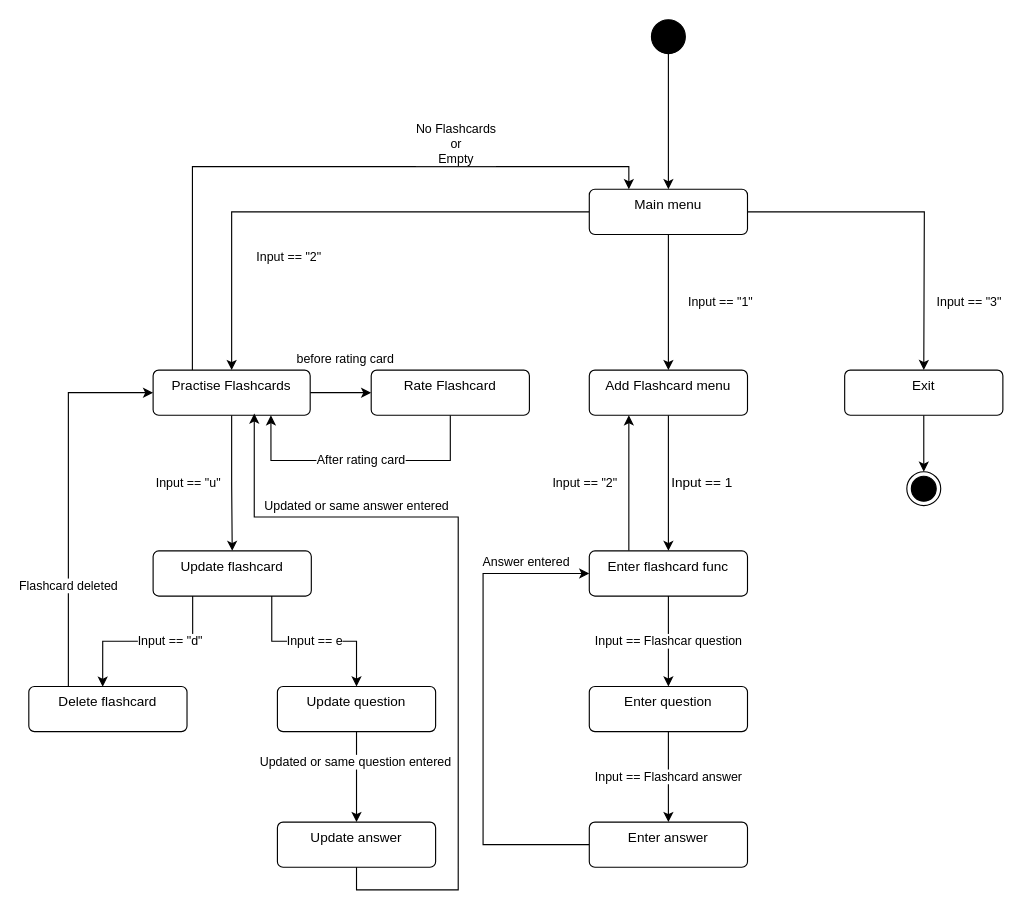
This is Statemachine graph/Flashcards_statemachine.drawio from LionOfTheCode/Memorization-Tool, a draw.io file, before an edit. Source tidied: cells renumbered, new cells numbered last; positions are measured from the earlier drawing's top-left corner, leaving out a move shared by most shapes. Both pictures are drawn from the tidied source at 113%, with x=0, y=0 at pixel (28, 19).
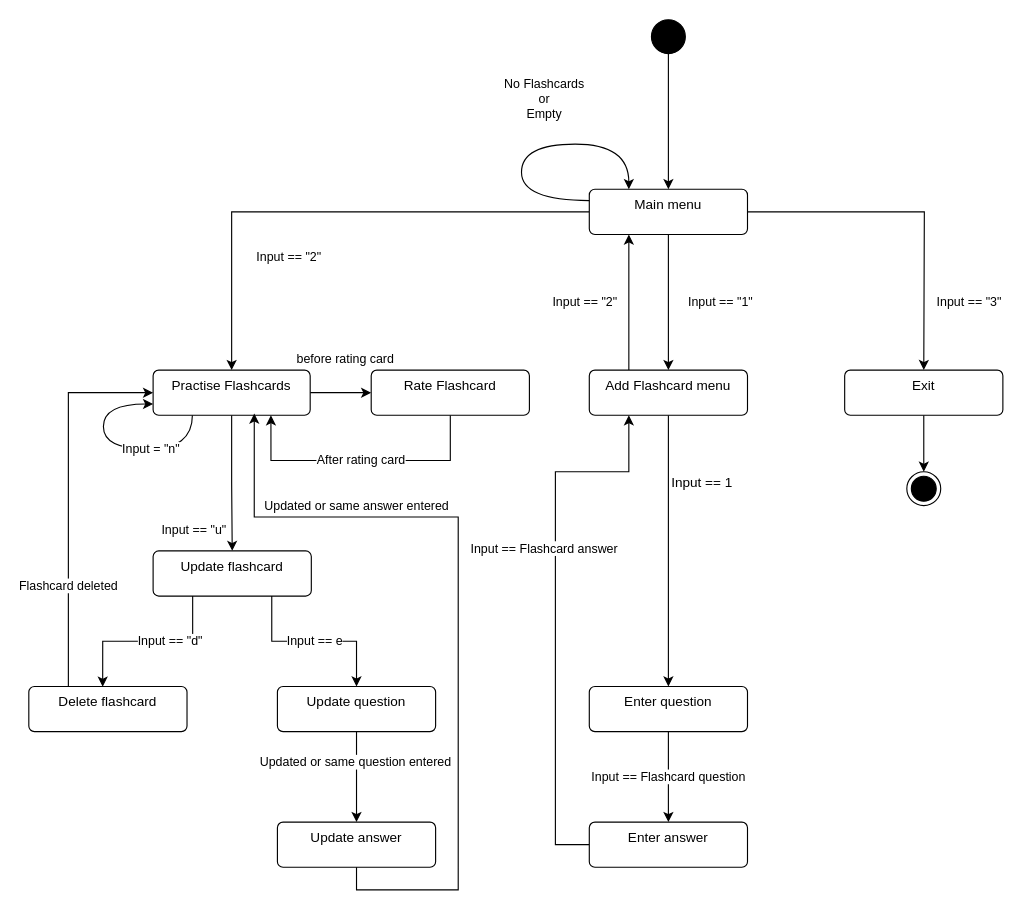
Above is the later version.

The change refers to these unchanged cells:
```xml
<mxCell id="7" value="&lt;div&gt;Main menu&lt;/div&gt;" style="html=1;align=center;verticalAlign=top;rounded=1;absoluteArcSize=1;arcSize=10;dashed=0;whiteSpace=wrap;" parent="1" vertex="1">
  <mxGeometry x="496" y="150" width="140" height="40" as="geometry" />
</mxCell>
<mxCell id="9" value="Add Flashcard menu" style="html=1;align=center;verticalAlign=top;rounded=1;absoluteArcSize=1;arcSize=10;dashed=0;whiteSpace=wrap;" parent="1" vertex="1">
  <mxGeometry x="496" y="310" width="140" height="40" as="geometry" />
</mxCell>
<mxCell id="17" value="Practise Flashcards" style="html=1;align=center;verticalAlign=top;rounded=1;absoluteArcSize=1;arcSize=10;dashed=0;whiteSpace=wrap;" parent="1" vertex="1">
  <mxGeometry x="110" y="310" width="139" height="40" as="geometry" />
</mxCell>
<mxCell id="22" value="&lt;div&gt;Enter question&lt;/div&gt;" style="html=1;align=center;verticalAlign=top;rounded=1;absoluteArcSize=1;arcSize=10;dashed=0;whiteSpace=wrap;" parent="1" vertex="1">
  <mxGeometry x="496" y="590" width="140" height="40" as="geometry" />
</mxCell>
<mxCell id="24" value="Enter answer" style="html=1;align=center;verticalAlign=top;rounded=1;absoluteArcSize=1;arcSize=10;dashed=0;whiteSpace=wrap;" parent="1" vertex="1">
  <mxGeometry x="496" y="710" width="140" height="40" as="geometry" />
</mxCell>
<mxCell id="27" value="&lt;div&gt;Update flashcard&lt;/div&gt;" style="html=1;align=center;verticalAlign=top;rounded=1;absoluteArcSize=1;arcSize=10;dashed=0;whiteSpace=wrap;" parent="1" vertex="1">
  <mxGeometry x="110" y="470" width="140" height="40" as="geometry" />
</mxCell>
```

The edit, as a diff of the source:
```diff
@@
-    <mxCell id="8" style="edgeStyle=orthogonalEdgeStyle;rounded=0;jettySize=auto;html=1;exitX=0.5;exitY=1;exitDx=0;exitDy=0;entryX=0.5;entryY=0;entryDx=0;entryDy=0;" parent="1" edge="1" source="9" target="12">
+    <mxCell id="8" style="edgeStyle=orthogonalEdgeStyle;rounded=0;jettySize=auto;html=1;exitX=0.5;exitY=1;exitDx=0;exitDy=0;entryX=0.5;entryY=0;entryDx=0;entryDy=0;" parent="1" edge="1" source="9" target="22">
       <mxGeometry relative="1" as="geometry" />
     </mxCell>
@@
-    <mxCell id="10" value="Input == &quot;2&quot;" style="edgeStyle=orthogonalEdgeStyle;rounded=0;jettySize=auto;html=1;exitX=0.25;exitY=0;exitDx=0;exitDy=0;entryX=0.25;entryY=1;entryDx=0;entryDy=0;" parent="1" edge="1" source="12" target="9">
+    <mxCell id="10" value="Input == &quot;2&quot;" style="edgeStyle=orthogonalEdgeStyle;rounded=0;jettySize=auto;html=1;exitX=0.25;exitY=0;exitDx=0;exitDy=0;entryX=0.25;entryY=1;entryDx=0;entryDy=0;" parent="1" edge="1" source="9" target="7">
       <mxGeometry y="39" relative="1" as="geometry" />
     </mxCell>
-    <mxCell id="11" value="&lt;div&gt;Input == Flashcar question&lt;/div&gt;" style="edgeStyle=orthogonalEdgeStyle;rounded=0;jettySize=auto;html=1;exitX=0.5;exitY=1;exitDx=0;exitDy=0;entryX=0.5;entryY=0;entryDx=0;entryDy=0;" parent="1" edge="1" source="12" target="22">
-      <mxGeometry relative="1" as="geometry" />
-    </mxCell>
-    <mxCell id="12" value="Enter flashcard func" style="html=1;align=center;verticalAlign=top;rounded=1;absoluteArcSize=1;arcSize=10;dashed=0;whiteSpace=wrap;" parent="1" vertex="1">
-      <mxGeometry x="496" y="470" width="140" height="40" as="geometry" />
-    </mxCell>
@@
-    <mxCell id="14" value="&lt;div&gt;No Flashcards&lt;/div&gt;&lt;div&gt;or&lt;/div&gt;&lt;div&gt;Empty&lt;/div&gt;" style="edgeStyle=orthogonalEdgeStyle;rounded=0;jettySize=auto;html=1;exitX=0.25;exitY=0;exitDx=0;exitDy=0;entryX=0.25;entryY=0;entryDx=0;entryDy=0;" parent="1" edge="1" source="17" target="7">
-      <mxGeometry x="0.41" y="20" relative="1" as="geometry" />
+    <mxCell id="14" value="&lt;div&gt;No Flashcards&lt;/div&gt;&lt;div&gt;or&lt;/div&gt;&lt;div&gt;Empty&lt;/div&gt;" style="edgeStyle=orthogonalEdgeStyle;rounded=0;orthogonalLoop=1;jettySize=auto;html=1;entryX=0.25;entryY=0;entryDx=0;entryDy=0;exitX=0;exitY=0.25;exitDx=0;exitDy=0;innerLoopWaypoints=1;curved=1;curveGeometry=1;" parent="1" edge="1" source="7" target="7">
+      <mxGeometry x="0.06" y="40" relative="1" as="geometry">
+        <Array as="points">
+          <mxPoint x="436" y="160" />
+          <mxPoint x="436" y="110" />
+          <mxPoint x="531" y="110" />
+        </Array>
+      </mxGeometry>
     </mxCell>
     <mxCell id="15" value="Input == &quot;u&quot;" style="edgeStyle=orthogonalEdgeStyle;rounded=0;jettySize=auto;html=1;exitX=0.5;exitY=1;exitDx=0;exitDy=0;entryX=0.5;entryY=0;entryDx=0;entryDy=0;" parent="1" edge="1" source="17" target="27">
-      <mxGeometry y="-39" relative="1" as="geometry">
-        <mxPoint x="-39" y="-39" as="offset" />
+      <mxGeometry x="0.67" y="-34" relative="1" as="geometry">
+        <mxPoint y="1" as="offset" />
       </mxGeometry>
     </mxCell>
@@
+    <mxCell id="37" value="Input = &quot;n&quot;" style="edgeStyle=orthogonalEdgeStyle;rounded=0;orthogonalLoop=1;jettySize=auto;html=1;exitX=0.25;exitY=1;exitDx=0;exitDy=0;defaultLabelBackgroundColor=page;entryX=0;entryY=0.75;entryDx=0;entryDy=0;curved=1;curveGeometry=1;innerLoopWaypoints=1;" parent="1" edge="1" source="17" target="17">
+      <mxGeometry x="-0.3" relative="1" as="geometry">
+        <Array as="points">
+          <mxPoint x="144.8" y="380" />
+          <mxPoint x="66" y="380" />
+          <mxPoint x="66" y="340" />
+        </Array>
+      </mxGeometry>
+    </mxCell>
@@
-    <mxCell id="21" value="Input == Flashcard answer" style="edgeStyle=orthogonalEdgeStyle;rounded=0;jettySize=auto;html=1;exitX=0.5;exitY=1;exitDx=0;exitDy=0;entryX=0.5;entryY=0;entryDx=0;entryDy=0;" parent="1" edge="1" source="22" target="24">
-      <mxGeometry relative="1" as="geometry" />
+    <mxCell id="21" value="Input == Flashcard question" style="edgeStyle=orthogonalEdgeStyle;rounded=0;orthogonalLoop=1;jettySize=auto;html=1;exitX=0.5;exitY=1;exitDx=0;exitDy=0;entryX=0.5;entryY=0;entryDx=0;entryDy=0;" parent="1" edge="1">
+      <mxGeometry relative="1" as="geometry">
+        <mxPoint x="566" y="630" as="sourcePoint" />
+        <mxPoint x="566" y="710" as="targetPoint" />
+      </mxGeometry>
     </mxCell>
@@
-    <mxCell id="23" value="Answer entered" style="edgeStyle=orthogonalEdgeStyle;rounded=0;jettySize=auto;html=1;exitX=0;exitY=0.5;exitDx=0;exitDy=0;entryX=0;entryY=0.5;entryDx=0;entryDy=0;" parent="1" edge="1" source="24" target="12">
-      <mxGeometry x="0.74" y="10" relative="1" as="geometry">
+    <mxCell id="23" value="Input == Flashcard answer" style="edgeStyle=orthogonalEdgeStyle;rounded=0;jettySize=auto;html=1;exitX=0;exitY=0.5;exitDx=0;exitDy=0;entryX=0.25;entryY=1;entryDx=0;entryDy=0;" parent="1" edge="1" source="24" target="9">
+      <mxGeometry x="0.23" y="10" relative="1" as="geometry">
         <Array as="points">
-          <mxPoint x="402" y="730" />
-          <mxPoint x="402" y="490" />
+          <mxPoint x="466" y="730" />
+          <mxPoint x="466" y="400" />
+          <mxPoint x="531" y="400" />
         </Array>
       </mxGeometry>
     </mxCell>
```
